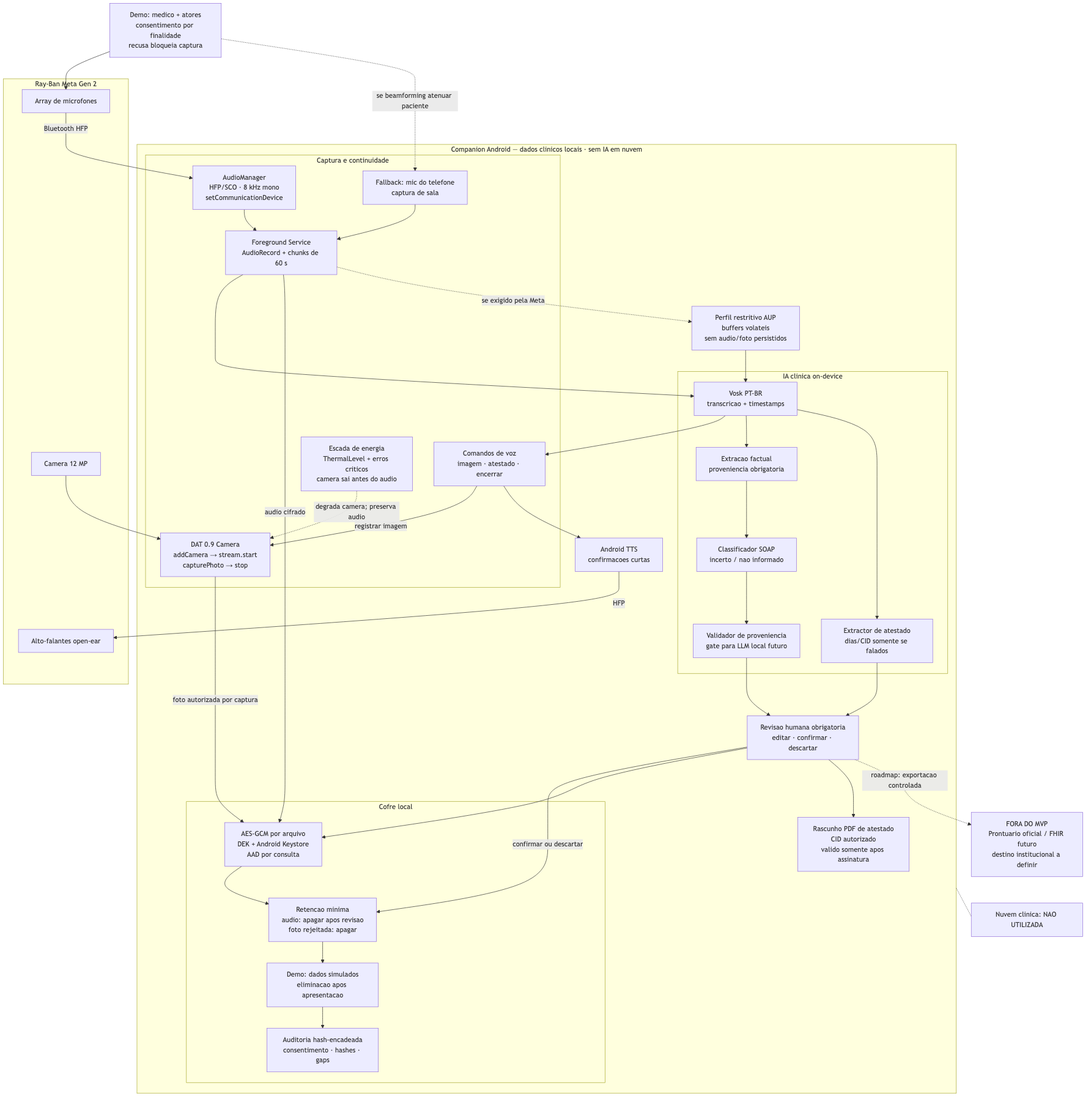
Above: docs/entrega/arquitetura.png in marcospaulo429/meta-glasses (Mermaid), before the change. Its source is kept beside it as docs/entrega/arquitetura.mmd.
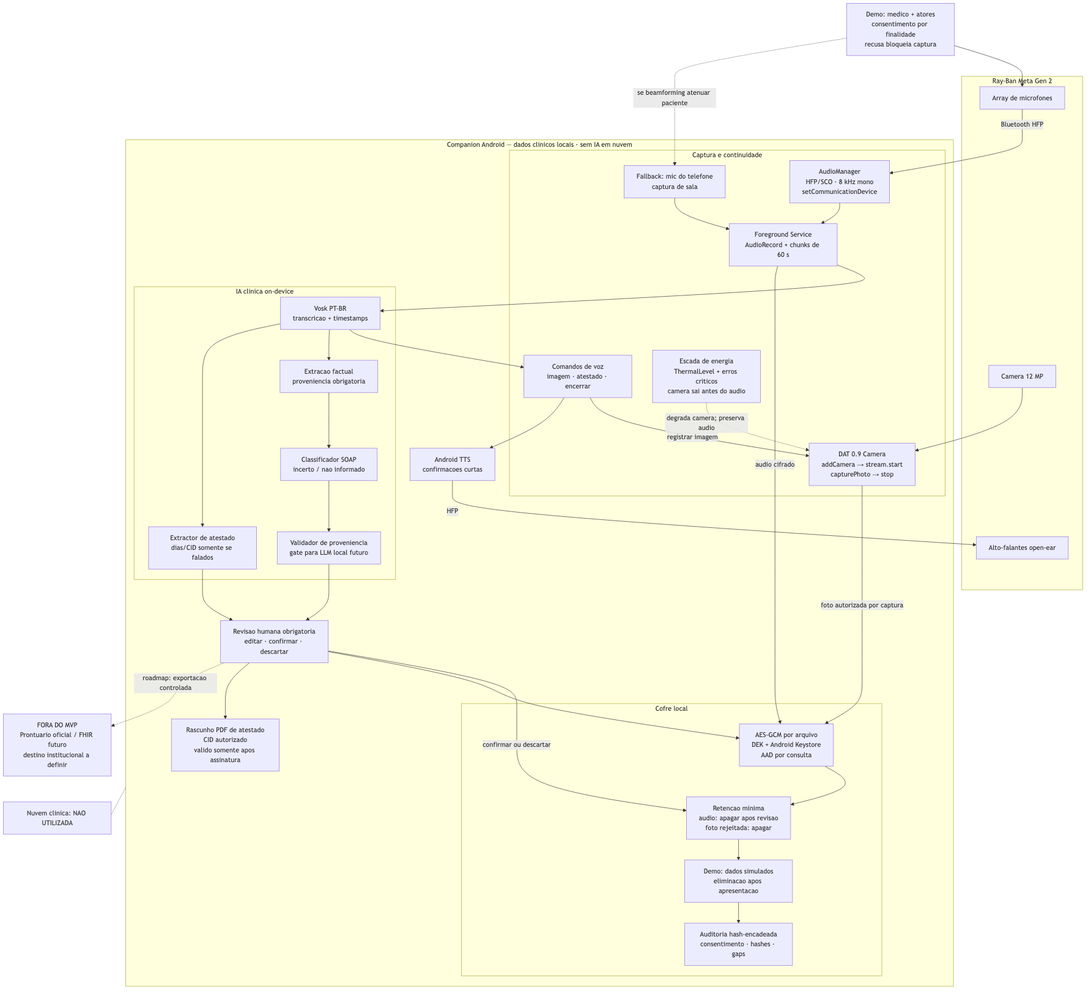
Above is the later version.

Commit message:
docs(delivery): use one conservative MVP architecture

Change to the diagram source:
```diff
@@ -39,7 +39,6 @@
             AUDIT["Auditoria hash-encadeada<br/>consentimento · hashes · gaps"]
         end
 
-        AUPMODE["Perfil restritivo AUP<br/>buffers volateis<br/>sem audio/foto persistidos"]
         REVIEW["Revisao humana obrigatoria<br/>editar · confirmar · descartar"]
         PDF["Rascunho PDF de atestado<br/>CID autorizado<br/>valido somente apos assinatura"]
     end
@@ -53,8 +52,6 @@
     ROOM --> REC
     REC --> ASR
     REC -->|"audio cifrado"| CRYPTO
-    REC -. "se exigido pela Meta" .-> AUPMODE
-    AUPMODE --> ASR
     ASR --> COMMANDS
     ASR --> FACTS --> SOAP --> VALID
     ASR --> CERT
```
